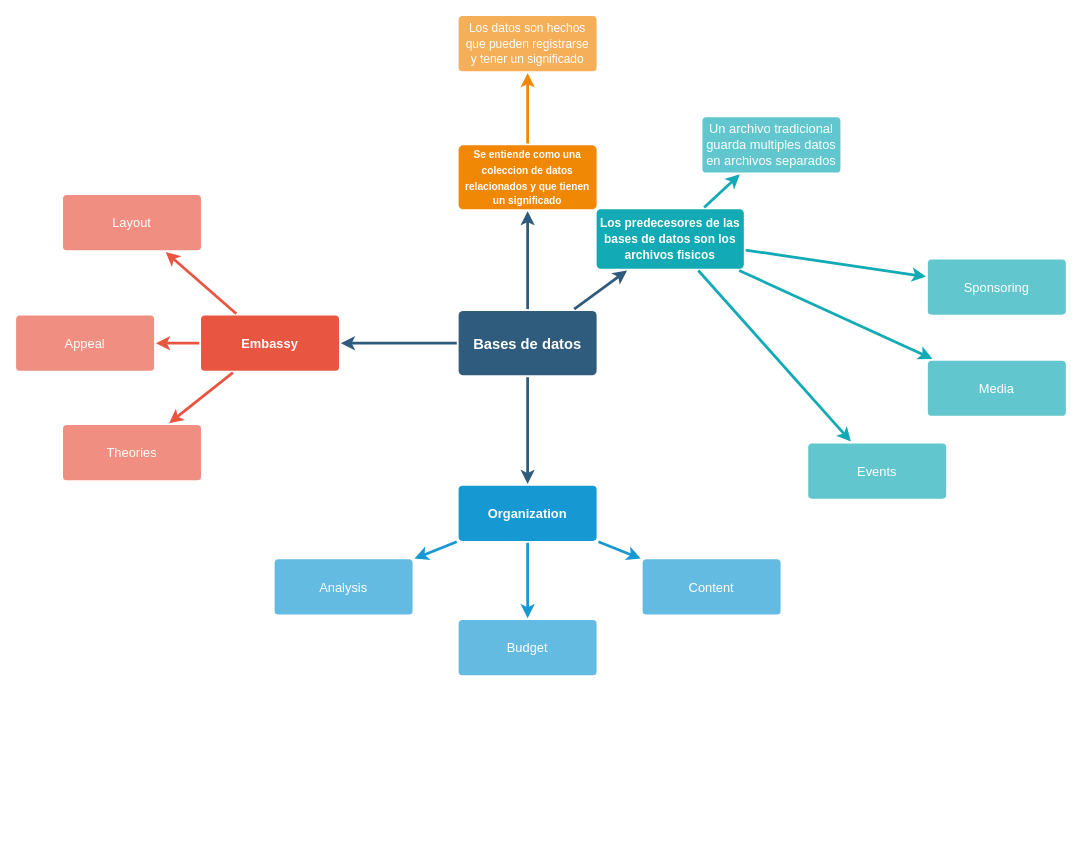
Earlier version of the draw.io diagram bases de datos/Untitled Diagram.drawio (Krono159/bases-de-datos). Source tidied: cells renumbered, new cells numbered last; positions are measured from the earlier drawing's top-left corner, leaving out a move shared by most shapes. Both pictures are drawn from the tidied source at 92%, with x=0, y=0 at pixel (16, 16).
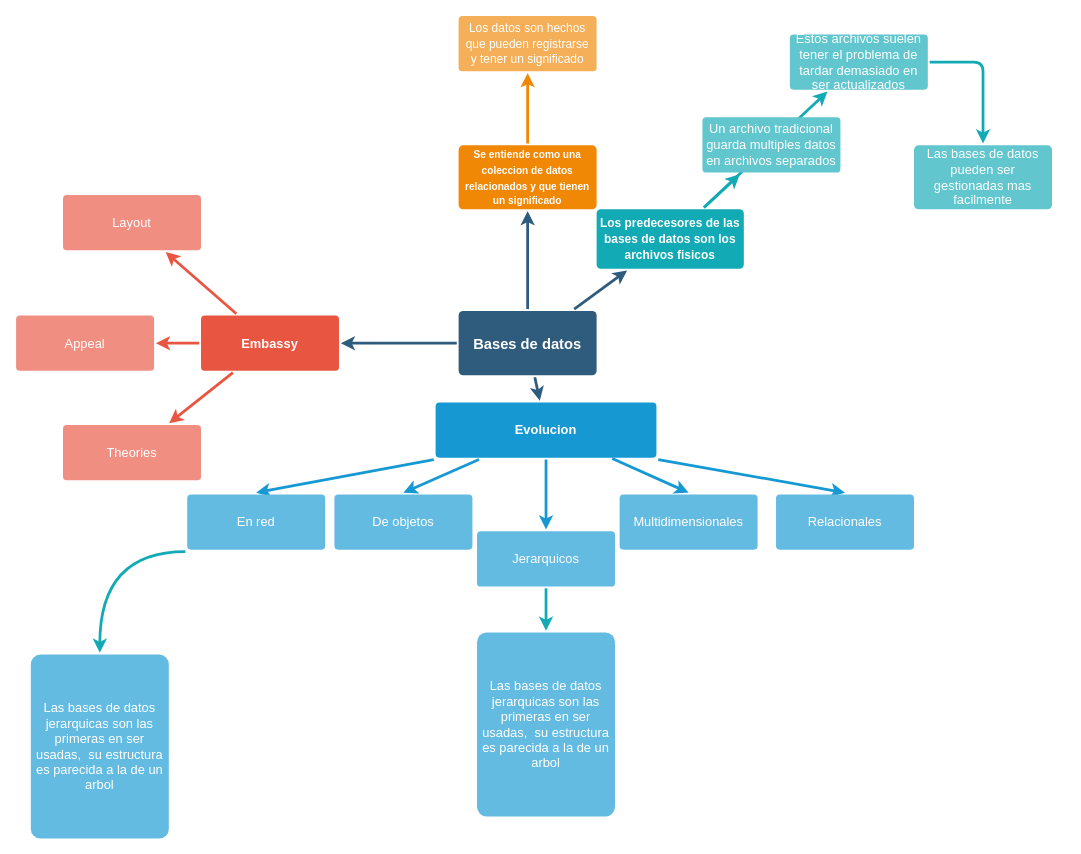
After the change.

The change refers to these unchanged cells:
```xml
<mxCell id="24" value="&lt;font style=&quot;font-size: 13px&quot;&gt;Los predecesores de las bases de datos son los archivos fisicos&lt;/font&gt;" style="rounded=1;whiteSpace=wrap;html=1;shadow=0;labelBackgroundColor=none;strokeColor=none;strokeWidth=3;fillColor=#12aab5;fontFamily=Helvetica;fontSize=14;fontColor=#FFFFFF;align=center;spacing=5;fontStyle=1;arcSize=7;perimeterSpacing=2;" parent="1" vertex="1">
  <mxGeometry x="631" y="210" width="160" height="64.5" as="geometry" />
</mxCell>
```

Change to the diagram source:
```diff
@@
-    <mxCell id="14" style="edgeStyle=none;rounded=0;jumpStyle=none;html=1;shadow=0;labelBackgroundColor=none;startArrow=none;startFill=0;endArrow=classic;endFill=1;jettySize=auto;strokeColor=#1699D3;strokeWidth=3;fontFamily=Helvetica;fontSize=14;fontColor=#FFFFFF;spacing=5;" parent="1" edge="1" source="17" target="20">
+    <mxCell id="14" style="edgeStyle=none;rounded=0;jumpStyle=none;html=1;shadow=0;labelBackgroundColor=none;startArrow=none;startFill=0;endArrow=classic;endFill=1;jettySize=auto;strokeColor=#1699D3;strokeWidth=3;fontFamily=Helvetica;fontSize=14;fontColor=#FFFFFF;spacing=5;exitX=0;exitY=1;exitDx=0;exitDy=0;entryX=0.5;entryY=0;entryDx=0;entryDy=0;" parent="1" edge="1" source="17" target="20">
       <mxGeometry relative="1" as="geometry" />
     </mxCell>
-    <mxCell id="15" style="edgeStyle=none;rounded=0;jumpStyle=none;html=1;shadow=0;labelBackgroundColor=none;startArrow=none;startFill=0;endArrow=classic;endFill=1;jettySize=auto;strokeColor=#1699D3;strokeWidth=3;fontFamily=Helvetica;fontSize=14;fontColor=#FFFFFF;spacing=5;" parent="1" edge="1" source="17" target="19">
+    <mxCell id="15" style="edgeStyle=none;rounded=0;jumpStyle=none;html=1;shadow=0;labelBackgroundColor=none;startArrow=none;startFill=0;endArrow=classic;endFill=1;jettySize=auto;strokeColor=#1699D3;strokeWidth=3;fontFamily=Helvetica;fontSize=14;fontColor=#FFFFFF;spacing=5;entryX=0.5;entryY=0;entryDx=0;entryDy=0;" parent="1" edge="1" source="17" target="19">
       <mxGeometry relative="1" as="geometry" />
     </mxCell>
-    <mxCell id="16" style="edgeStyle=none;rounded=0;jumpStyle=none;html=1;shadow=0;labelBackgroundColor=none;startArrow=none;startFill=0;endArrow=classic;endFill=1;jettySize=auto;strokeColor=#1699D3;strokeWidth=3;fontFamily=Helvetica;fontSize=14;fontColor=#FFFFFF;spacing=5;" parent="1" edge="1" source="17" target="18">
+    <mxCell id="16" style="edgeStyle=none;rounded=0;jumpStyle=none;html=1;shadow=0;labelBackgroundColor=none;startArrow=none;startFill=0;endArrow=classic;endFill=1;jettySize=auto;strokeColor=#1699D3;strokeWidth=3;fontFamily=Helvetica;fontSize=14;fontColor=#FFFFFF;spacing=5;exitX=1;exitY=1;exitDx=0;exitDy=0;entryX=0.5;entryY=0;entryDx=0;entryDy=0;" parent="1" edge="1" source="17" target="18">
       <mxGeometry relative="1" as="geometry" />
     </mxCell>
-    <mxCell id="17" value="Organization" style="rounded=1;whiteSpace=wrap;html=1;shadow=0;labelBackgroundColor=none;strokeColor=none;strokeWidth=3;fillColor=#1699d3;fontFamily=Helvetica;fontSize=14;fontColor=#FFFFFF;align=center;spacing=5;fontStyle=1;arcSize=7;perimeterSpacing=2;" parent="1" vertex="1">
-      <mxGeometry x="481" y="510.5" width="150" height="60" as="geometry" />
+    <mxCell id="17" value="Evolucion" style="rounded=1;whiteSpace=wrap;html=1;shadow=0;labelBackgroundColor=none;strokeColor=none;strokeWidth=3;fillColor=#1699d3;fontFamily=Helvetica;fontSize=14;fontColor=#FFFFFF;align=center;spacing=5;fontStyle=1;arcSize=7;perimeterSpacing=2;" parent="1" vertex="1">
+      <mxGeometry x="456" y="420" width="240" height="60" as="geometry" />
     </mxCell>
-    <mxCell id="18" value="Content" style="rounded=1;whiteSpace=wrap;html=1;shadow=0;labelBackgroundColor=none;strokeColor=none;strokeWidth=3;fillColor=#64bbe2;fontFamily=Helvetica;fontSize=14;fontColor=#FFFFFF;align=center;spacing=5;arcSize=7;perimeterSpacing=2;" parent="1" vertex="1">
-      <mxGeometry x="681" y="590.5" width="150" height="60" as="geometry" />
+    <mxCell id="18" value="Relacionales" style="rounded=1;whiteSpace=wrap;html=1;shadow=0;labelBackgroundColor=none;strokeColor=none;strokeWidth=3;fillColor=#64bbe2;fontFamily=Helvetica;fontSize=14;fontColor=#FFFFFF;align=center;spacing=5;arcSize=7;perimeterSpacing=2;" parent="1" vertex="1">
+      <mxGeometry x="826" y="520" width="150" height="60" as="geometry" />
     </mxCell>
-    <mxCell id="19" value="Budget" style="rounded=1;whiteSpace=wrap;html=1;shadow=0;labelBackgroundColor=none;strokeColor=none;strokeWidth=3;fillColor=#64bbe2;fontFamily=Helvetica;fontSize=14;fontColor=#FFFFFF;align=center;spacing=5;arcSize=7;perimeterSpacing=2;" parent="1" vertex="1">
-      <mxGeometry x="481" y="656.5" width="150" height="60" as="geometry" />
+    <mxCell id="19" value="De objetos" style="rounded=1;whiteSpace=wrap;html=1;shadow=0;labelBackgroundColor=none;strokeColor=none;strokeWidth=3;fillColor=#64bbe2;fontFamily=Helvetica;fontSize=14;fontColor=#FFFFFF;align=center;spacing=5;arcSize=7;perimeterSpacing=2;" parent="1" vertex="1">
+      <mxGeometry x="346" y="520" width="150" height="60" as="geometry" />
     </mxCell>
-    <mxCell id="20" value="Analysis" style="rounded=1;whiteSpace=wrap;html=1;shadow=0;labelBackgroundColor=none;strokeColor=none;strokeWidth=3;fillColor=#64bbe2;fontFamily=Helvetica;fontSize=14;fontColor=#FFFFFF;align=center;spacing=5;arcSize=7;perimeterSpacing=2;" parent="1" vertex="1">
-      <mxGeometry x="281" y="590.5" width="150" height="60" as="geometry" />
+    <mxCell id="20" value="En red" style="rounded=1;whiteSpace=wrap;html=1;shadow=0;labelBackgroundColor=none;strokeColor=none;strokeWidth=3;fillColor=#64bbe2;fontFamily=Helvetica;fontSize=14;fontColor=#FFFFFF;align=center;spacing=5;arcSize=7;perimeterSpacing=2;" parent="1" vertex="1">
+      <mxGeometry x="186" y="520" width="150" height="60" as="geometry" />
     </mxCell>
@@
-    <mxCell id="25" value="Events" style="rounded=1;whiteSpace=wrap;html=1;shadow=0;labelBackgroundColor=none;strokeColor=none;strokeWidth=3;fillColor=#61c6ce;fontFamily=Helvetica;fontSize=14;fontColor=#FFFFFF;align=center;spacing=5;fontStyle=0;arcSize=7;perimeterSpacing=2;" parent="1" vertex="1">
-      <mxGeometry x="861" y="464.5" width="150" height="60" as="geometry" />
-    </mxCell>
-    <mxCell id="26" style="edgeStyle=none;rounded=1;jumpStyle=none;html=1;shadow=0;labelBackgroundColor=none;startArrow=none;startFill=0;jettySize=auto;strokeColor=#12AAB5;strokeWidth=3;fontFamily=Helvetica;fontSize=14;fontColor=#FFFFFF;spacing=5;fontStyle=1;fillColor=#b0e3e6;" parent="1" edge="1" source="24" target="25">
-      <mxGeometry relative="1" as="geometry" />
-    </mxCell>
-    <mxCell id="27" value="Media" style="rounded=1;whiteSpace=wrap;html=1;shadow=0;labelBackgroundColor=none;strokeColor=none;strokeWidth=3;fillColor=#61c6ce;fontFamily=Helvetica;fontSize=14;fontColor=#FFFFFF;align=center;spacing=5;fontStyle=0;arcSize=7;perimeterSpacing=2;" parent="1" vertex="1">
-      <mxGeometry x="991" y="374.5" width="150" height="60" as="geometry" />
+    <mxCell id="27" value="Las bases de datos pueden ser gestionadas mas facilmente" style="rounded=1;whiteSpace=wrap;html=1;shadow=0;labelBackgroundColor=none;strokeColor=none;strokeWidth=3;fillColor=#61c6ce;fontFamily=Helvetica;fontSize=14;fontColor=#FFFFFF;align=center;spacing=5;fontStyle=0;arcSize=7;perimeterSpacing=2;" parent="1" vertex="1">
+      <mxGeometry x="976" y="140.5" width="150" height="69.5" as="geometry" />
     </mxCell>
-    <mxCell id="28" style="edgeStyle=none;rounded=1;jumpStyle=none;html=1;shadow=0;labelBackgroundColor=none;startArrow=none;startFill=0;jettySize=auto;strokeColor=#12AAB5;strokeWidth=3;fontFamily=Helvetica;fontSize=14;fontColor=#FFFFFF;spacing=5;fontStyle=1;fillColor=#b0e3e6;" parent="1" edge="1" source="24" target="27">
-      <mxGeometry relative="1" as="geometry" />
-    </mxCell>
+    <mxCell id="33" style="edgeStyle=orthogonalEdgeStyle;rounded=1;jettySize=auto;html=1;exitX=1;exitY=0.5;exitDx=0;exitDy=0;entryX=0.5;entryY=0;entryDx=0;entryDy=0;fontSize=13;strokeColor=#12AAB5;strokeWidth=3;" parent="1" edge="1" source="29" target="27">
+      <mxGeometry relative="1" as="geometry">
+        <Array as="points">
+          <mxPoint x="1051" y="50" />
+        </Array>
+      </mxGeometry>
+    </mxCell>
-    <mxCell id="29" value="Sponsoring" style="rounded=1;whiteSpace=wrap;html=1;shadow=0;labelBackgroundColor=none;strokeColor=none;strokeWidth=3;fillColor=#61c6ce;fontFamily=Helvetica;fontSize=14;fontColor=#FFFFFF;align=center;spacing=5;fontStyle=0;arcSize=7;perimeterSpacing=2;" parent="1" vertex="1">
-      <mxGeometry x="991" y="264.5" width="150" height="60" as="geometry" />
+    <mxCell id="29" value="Estos archivos suelen tener el problema de tardar demasiado en ser actualizados" style="rounded=1;whiteSpace=wrap;html=1;shadow=0;labelBackgroundColor=none;strokeColor=none;strokeWidth=3;fillColor=#61c6ce;fontFamily=Helvetica;fontSize=14;fontColor=#FFFFFF;align=center;spacing=5;fontStyle=0;arcSize=7;perimeterSpacing=2;" parent="1" vertex="1">
+      <mxGeometry x="841" y="20" width="150" height="60" as="geometry" />
     </mxCell>
@@
+    <mxCell id="34" style="edgeStyle=none;rounded=0;jumpStyle=none;html=1;shadow=0;labelBackgroundColor=none;startArrow=none;startFill=0;endArrow=classic;endFill=1;jettySize=auto;strokeColor=#1699D3;strokeWidth=3;fontFamily=Helvetica;fontSize=14;fontColor=#FFFFFF;spacing=5;exitX=0.795;exitY=0.984;exitDx=0;exitDy=0;exitPerimeter=0;entryX=0.5;entryY=0;entryDx=0;entryDy=0;" parent="1" edge="1" source="17" target="35">
+      <mxGeometry relative="1" as="geometry" />
+    </mxCell>
+    <mxCell id="35" value="Multidimensionales" style="rounded=1;whiteSpace=wrap;html=1;shadow=0;labelBackgroundColor=none;strokeColor=none;strokeWidth=3;fillColor=#64bbe2;fontFamily=Helvetica;fontSize=14;fontColor=#FFFFFF;align=center;spacing=5;arcSize=7;perimeterSpacing=2;" parent="1" vertex="1">
+      <mxGeometry x="656" y="520" width="150" height="60" as="geometry" />
+    </mxCell>
+    <mxCell id="36" style="edgeStyle=none;rounded=0;jumpStyle=none;html=1;shadow=0;labelBackgroundColor=none;startArrow=none;startFill=0;endArrow=classic;endFill=1;jettySize=auto;strokeColor=#1699D3;strokeWidth=3;fontFamily=Helvetica;fontSize=14;fontColor=#FFFFFF;spacing=5;" parent="1" edge="1" source="17" target="38">
+      <mxGeometry relative="1" as="geometry" />
+    </mxCell>
+    <mxCell id="37" style="edgeStyle=orthogonalEdgeStyle;rounded=1;jettySize=auto;html=1;fontSize=13;strokeColor=#12AAB5;strokeWidth=3;" parent="1" edge="1" source="38" target="39">
+      <mxGeometry relative="1" as="geometry" />
+    </mxCell>
+    <mxCell id="38" value="Jerarquicos" style="rounded=1;whiteSpace=wrap;html=1;shadow=0;labelBackgroundColor=none;strokeColor=none;strokeWidth=3;fillColor=#64bbe2;fontFamily=Helvetica;fontSize=14;fontColor=#FFFFFF;align=center;spacing=5;arcSize=7;perimeterSpacing=2;" parent="1" vertex="1">
+      <mxGeometry x="501" y="560" width="150" height="60" as="geometry" />
+    </mxCell>
+    <mxCell id="39" value="Las bases de datos jerarquicas son las primeras en ser usadas,&amp;nbsp; su estructura es parecida a la de un arbol" style="rounded=1;whiteSpace=wrap;html=1;shadow=0;labelBackgroundColor=none;strokeColor=none;strokeWidth=3;fillColor=#64bbe2;fontFamily=Helvetica;fontSize=14;fontColor=#FFFFFF;align=center;spacing=5;arcSize=7;perimeterSpacing=2;" parent="1" vertex="1">
+      <mxGeometry x="501" y="670" width="150" height="200" as="geometry" />
+    </mxCell>
+    <mxCell id="40" style="edgeStyle=orthogonalEdgeStyle;jettySize=auto;html=1;fontSize=13;strokeColor=#12AAB5;strokeWidth=3;exitX=0;exitY=1;exitDx=0;exitDy=0;curved=1;" parent="1" edge="1" source="20" target="41">
+      <mxGeometry relative="1" as="geometry">
+        <Array as="points">
+          <mxPoint x="91" y="582" />
+        </Array>
+      </mxGeometry>
+    </mxCell>
+    <mxCell id="41" value="Las bases de datos jerarquicas son las primeras en ser usadas,&amp;nbsp; su estructura es parecida a la de un arbol" style="rounded=1;whiteSpace=wrap;html=1;shadow=0;labelBackgroundColor=none;strokeColor=none;strokeWidth=3;fillColor=#64bbe2;fontFamily=Helvetica;fontSize=14;fontColor=#FFFFFF;align=center;spacing=5;arcSize=7;perimeterSpacing=2;" parent="1" vertex="1">
+      <mxGeometry x="16" y="694" width="150" height="200" as="geometry" />
+    </mxCell>
```
